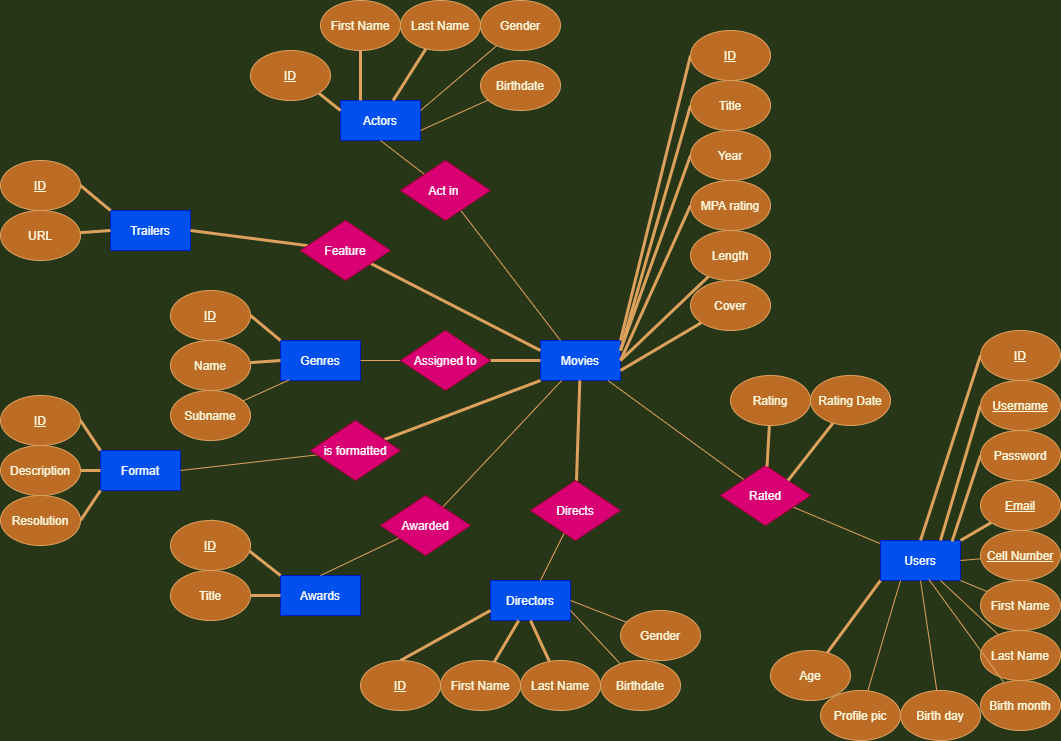
The draw.io diagram movie-viewer/outline.png in AmandaShuman/SQLpython, before a commit. Source tidied: cells renumbered, new cells last; positions are measured from the earlier drawing's top-left corner, leaving out a move shared by most shapes.
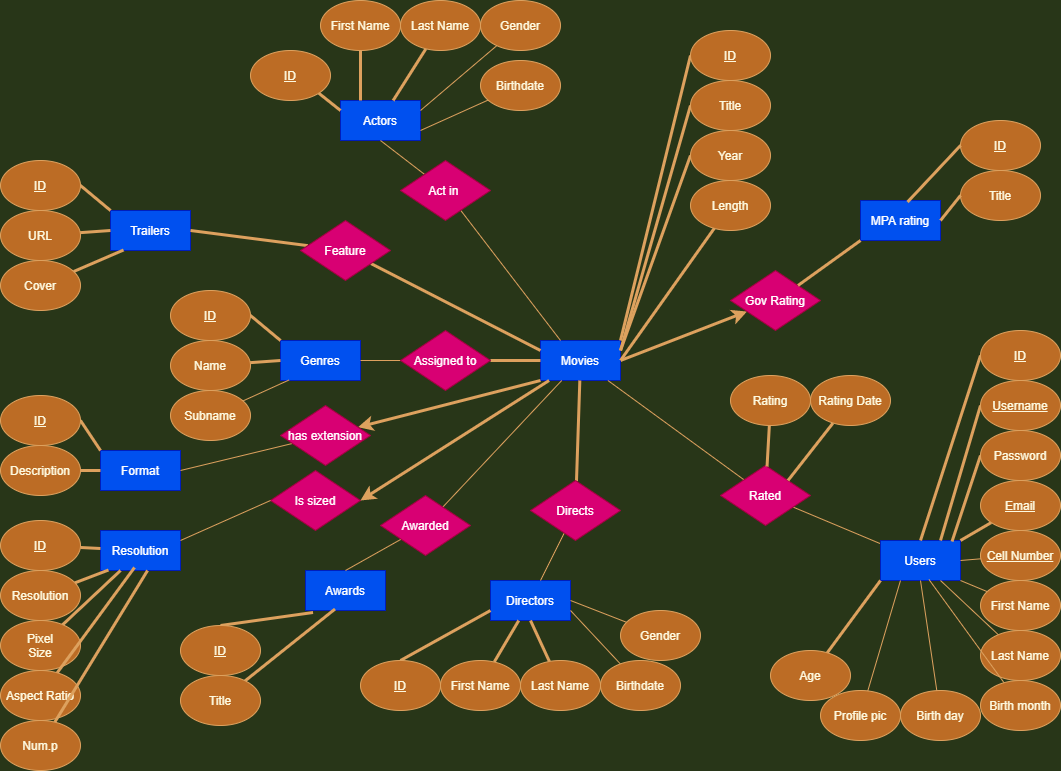
The same diagram one commit later.

Commit message:
adding tables actors and movie-actors

Change to the diagram source:
```diff
@@ -17,11 +17,16 @@
     <mxCell id="6" value="Directors" style="rounded=0;whiteSpace=wrap;html=1;fillColor=#0050ef;strokeColor=#001DBC;fontColor=#ffffff;" parent="1" vertex="1">
       <mxGeometry x="490" y="580" width="80" height="40" as="geometry" />
     </mxCell>
+    <mxCell id="109" style="edgeStyle=none;rounded=0;jettySize=auto;html=1;endArrow=classic;endFill=1;strokeWidth=3;strokeColor=#DDA15E;" parent="1" edge="1" target="114">
+      <mxGeometry relative="1" as="geometry">
+        <mxPoint x="620" y="360" as="sourcePoint" />
+      </mxGeometry>
+    </mxCell>
     <mxCell id="7" value="Movies" style="rounded=0;whiteSpace=wrap;html=1;fillColor=#0050ef;strokeColor=#001DBC;fontColor=#ffffff;" parent="1" vertex="1">
       <mxGeometry x="540" y="340" width="80" height="40" as="geometry" />
     </mxCell>
     <mxCell id="8" value="Awards" style="rounded=0;whiteSpace=wrap;html=1;fillColor=#0050ef;strokeColor=#001DBC;fontColor=#ffffff;" parent="1" vertex="1">
-      <mxGeometry x="280" y="575" width="80" height="40" as="geometry" />
+      <mxGeometry x="305" y="570" width="80" height="40" as="geometry" />
     </mxCell>
     <mxCell id="9" style="edgeStyle=none;rounded=1;sketch=0;jettySize=auto;html=1;fontColor=#FEFAE0;startArrow=none;startFill=0;endArrow=none;endFill=0;strokeColor=#DDA15E;strokeWidth=1;fillColor=#BC6C25;" parent="1" edge="1" source="10" target="63">
       <mxGeometry relative="1" as="geometry" />
@@ -59,11 +64,11 @@
     <mxCell id="20" value="&lt;u&gt;ID&lt;/u&gt;" style="ellipse;whiteSpace=wrap;html=1;fillColor=#BC6C25;strokeColor=#DDA15E;fontColor=#FEFAE0;" parent="1" vertex="1">
       <mxGeometry x="250" y="50" width="80" height="50" as="geometry" />
     </mxCell>
-    <mxCell id="21" style="rounded=0;jettySize=auto;html=1;entryX=0;entryY=0;entryDx=0;entryDy=0;strokeWidth=3;endArrow=none;endFill=0;exitX=0.5;exitY=0;exitDx=0;exitDy=0;labelBackgroundColor=#283618;strokeColor=#DDA15E;fontColor=#FEFAE0;" parent="1" edge="1" source="22" target="8">
+    <mxCell id="21" style="rounded=0;jettySize=auto;html=1;entryX=0.094;entryY=1.05;entryDx=0;entryDy=0;strokeWidth=3;endArrow=none;endFill=0;exitX=0.5;exitY=0;exitDx=0;exitDy=0;labelBackgroundColor=#283618;strokeColor=#DDA15E;fontColor=#FEFAE0;entryPerimeter=0;" parent="1" edge="1" source="22" target="8">
       <mxGeometry relative="1" as="geometry" />
     </mxCell>
     <mxCell id="22" value="&lt;u&gt;ID&lt;/u&gt;" style="ellipse;whiteSpace=wrap;html=1;fillColor=#BC6C25;strokeColor=#DDA15E;fontColor=#FEFAE0;" parent="1" vertex="1">
-      <mxGeometry x="170" y="520" width="80" height="50" as="geometry" />
+      <mxGeometry x="180" y="625" width="80" height="50" as="geometry" />
     </mxCell>
     <mxCell id="23" style="edgeStyle=none;rounded=0;jettySize=auto;html=1;entryX=0;entryY=0.75;entryDx=0;entryDy=0;endArrow=none;endFill=0;strokeWidth=3;exitX=0.5;exitY=0;exitDx=0;exitDy=0;labelBackgroundColor=#283618;strokeColor=#DDA15E;fontColor=#FEFAE0;" parent="1" edge="1" source="24" target="6">
       <mxGeometry relative="1" as="geometry" />
@@ -98,20 +103,14 @@
     <mxCell id="33" value="Description" style="ellipse;whiteSpace=wrap;html=1;fillColor=#BC6C25;strokeColor=#DDA15E;fontColor=#FEFAE0;" parent="1" vertex="1">
       <mxGeometry y="445" width="80" height="50" as="geometry" />
     </mxCell>
-    <mxCell id="34" style="edgeStyle=none;rounded=1;sketch=0;jettySize=auto;html=1;entryX=0;entryY=1;entryDx=0;entryDy=0;fontColor=#FEFAE0;endArrow=none;endFill=0;strokeColor=#DDA15E;strokeWidth=3;fillColor=#BC6C25;exitX=1;exitY=0.5;exitDx=0;exitDy=0;" parent="1" edge="1" source="35" target="3">
-      <mxGeometry relative="1" as="geometry" />
-    </mxCell>
-    <mxCell id="35" value="Resolution" style="ellipse;whiteSpace=wrap;html=1;fillColor=#BC6C25;strokeColor=#DDA15E;fontColor=#FEFAE0;" parent="1" vertex="1">
-      <mxGeometry y="495" width="80" height="50" as="geometry" />
-    </mxCell>
     <mxCell id="36" style="edgeStyle=none;rounded=1;sketch=0;jettySize=auto;html=1;entryX=1;entryY=0.5;entryDx=0;entryDy=0;fontColor=#FEFAE0;endArrow=none;endFill=0;strokeColor=#DDA15E;strokeWidth=1;fillColor=#BC6C25;" parent="1" edge="1" source="38" target="3">
       <mxGeometry relative="1" as="geometry" />
     </mxCell>
-    <mxCell id="37" style="edgeStyle=none;rounded=1;sketch=0;jettySize=auto;html=1;entryX=0;entryY=1;entryDx=0;entryDy=0;fontColor=#FEFAE0;endArrow=none;endFill=0;strokeColor=#DDA15E;strokeWidth=3;fillColor=#BC6C25;startArrow=none;startFill=0;" parent="1" edge="1" source="38" target="7">
+    <mxCell id="37" style="edgeStyle=none;rounded=1;sketch=0;jettySize=auto;html=1;entryX=0;entryY=1;entryDx=0;entryDy=0;fontColor=#FEFAE0;endArrow=none;endFill=0;strokeColor=#DDA15E;strokeWidth=3;fillColor=#BC6C25;startArrow=classic;startFill=1;" parent="1" edge="1" source="38" target="7">
       <mxGeometry relative="1" as="geometry" />
     </mxCell>
-    <mxCell id="38" value="is formatted" style="rhombus;whiteSpace=wrap;html=1;fillColor=#d80073;strokeColor=#A50040;fontColor=#ffffff;" parent="1" vertex="1">
-      <mxGeometry x="310" y="420" width="90" height="60" as="geometry" />
+    <mxCell id="38" value="has extension" style="rhombus;whiteSpace=wrap;html=1;fillColor=#d80073;strokeColor=#A50040;fontColor=#ffffff;" parent="1" vertex="1">
+      <mxGeometry x="280" y="405" width="90" height="60" as="geometry" />
     </mxCell>
     <mxCell id="39" style="edgeStyle=none;rounded=1;sketch=0;jettySize=auto;html=1;entryX=0.106;entryY=0.988;entryDx=0;entryDy=0;entryPerimeter=0;fontColor=#FEFAE0;startArrow=none;startFill=0;endArrow=none;endFill=0;strokeColor=#DDA15E;strokeWidth=1;fillColor=#BC6C25;" parent="1" edge="1" source="40" target="4">
       <mxGeometry relative="1" as="geometry" />
@@ -167,11 +166,11 @@
     <mxCell id="56" value="Act in&amp;nbsp;" style="rhombus;whiteSpace=wrap;html=1;fillColor=#d80073;strokeColor=#A50040;fontColor=#ffffff;" parent="1" vertex="1">
       <mxGeometry x="400" y="160" width="90" height="60" as="geometry" />
     </mxCell>
-    <mxCell id="57" style="edgeStyle=none;rounded=1;sketch=0;jettySize=auto;html=1;entryX=0;entryY=0.5;entryDx=0;entryDy=0;fontColor=#FEFAE0;startArrow=none;startFill=0;endArrow=none;endFill=0;strokeColor=#DDA15E;strokeWidth=3;fillColor=#BC6C25;" parent="1" edge="1" source="58" target="8">
+    <mxCell id="57" style="edgeStyle=none;rounded=1;sketch=0;jettySize=auto;html=1;entryX=0.369;entryY=0.963;entryDx=0;entryDy=0;fontColor=#FEFAE0;startArrow=none;startFill=0;endArrow=none;endFill=0;strokeColor=#DDA15E;strokeWidth=3;fillColor=#BC6C25;entryPerimeter=0;" parent="1" edge="1" source="58" target="8">
       <mxGeometry relative="1" as="geometry" />
     </mxCell>
     <mxCell id="58" value="Title" style="ellipse;whiteSpace=wrap;html=1;fillColor=#BC6C25;strokeColor=#DDA15E;fontColor=#FEFAE0;" parent="1" vertex="1">
-      <mxGeometry x="170" y="570" width="80" height="50" as="geometry" />
+      <mxGeometry x="180" y="675" width="80" height="50" as="geometry" />
     </mxCell>
     <mxCell id="59" style="edgeStyle=none;rounded=1;sketch=0;jettySize=auto;html=1;fontColor=#FEFAE0;startArrow=none;startFill=0;endArrow=none;endFill=0;strokeColor=#DDA15E;strokeWidth=1;fillColor=#BC6C25;" parent="1" edge="1" source="61" target="7">
       <mxGeometry relative="1" as="geometry" />
@@ -233,17 +232,11 @@
     <mxCell id="78" value="Year" style="ellipse;whiteSpace=wrap;html=1;fillColor=#BC6C25;strokeColor=#DDA15E;fontColor=#FEFAE0;" parent="1" vertex="1">
       <mxGeometry x="690" y="130" width="80" height="50" as="geometry" />
     </mxCell>
-    <mxCell id="79" style="edgeStyle=none;rounded=1;sketch=0;jettySize=auto;html=1;entryX=1;entryY=0.5;entryDx=0;entryDy=0;fontColor=#FEFAE0;startArrow=none;startFill=0;endArrow=none;endFill=0;strokeColor=#DDA15E;strokeWidth=3;fillColor=#BC6C25;exitX=0;exitY=0.5;exitDx=0;exitDy=0;" parent="1" edge="1" source="80" target="7">
-      <mxGeometry relative="1" as="geometry" />
-    </mxCell>
-    <mxCell id="80" value="MPA rating" style="ellipse;whiteSpace=wrap;html=1;fillColor=#BC6C25;strokeColor=#DDA15E;fontColor=#FEFAE0;" parent="1" vertex="1">
-      <mxGeometry x="690" y="180" width="80" height="50" as="geometry" />
-    </mxCell>
     <mxCell id="81" style="edgeStyle=none;rounded=1;sketch=0;jettySize=auto;html=1;entryX=1;entryY=0.5;entryDx=0;entryDy=0;fontColor=#FEFAE0;startArrow=none;startFill=0;endArrow=none;endFill=0;strokeColor=#DDA15E;strokeWidth=3;fillColor=#BC6C25;" parent="1" edge="1" source="82" target="7">
       <mxGeometry relative="1" as="geometry" />
     </mxCell>
     <mxCell id="82" value="Length" style="ellipse;whiteSpace=wrap;html=1;fillColor=#BC6C25;strokeColor=#DDA15E;fontColor=#FEFAE0;" parent="1" vertex="1">
-      <mxGeometry x="690" y="230" width="80" height="50" as="geometry" />
+      <mxGeometry x="690" y="180" width="80" height="50" as="geometry" />
     </mxCell>
     <mxCell id="83" style="edgeStyle=none;rounded=1;sketch=0;jettySize=auto;html=1;fontColor=#FEFAE0;startArrow=none;startFill=0;endArrow=none;endFill=0;strokeColor=#DDA15E;strokeWidth=3;fillColor=#BC6C25;" parent="1" edge="1" source="84" target="63">
       <mxGeometry relative="1" as="geometry" />
@@ -317,11 +310,76 @@
     <mxCell id="106" value="Age" style="ellipse;whiteSpace=wrap;html=1;fillColor=#BC6C25;strokeColor=#DDA15E;fontColor=#FEFAE0;" parent="1" vertex="1">
       <mxGeometry x="770" y="650" width="80" height="50" as="geometry" />
     </mxCell>
-    <mxCell id="107" style="edgeStyle=none;rounded=1;sketch=0;jettySize=auto;html=1;entryX=1;entryY=0.75;entryDx=0;entryDy=0;fontColor=#FEFAE0;startArrow=none;startFill=0;endArrow=none;endFill=0;strokeColor=#DDA15E;strokeWidth=3;fillColor=#BC6C25;" parent="1" edge="1" source="108" target="7">
+    <mxCell id="107" style="edgeStyle=none;rounded=1;sketch=0;jettySize=auto;html=1;entryX=0.163;entryY=0.988;entryDx=0;entryDy=0;fontColor=#FEFAE0;startArrow=none;startFill=0;endArrow=none;endFill=0;strokeColor=#DDA15E;strokeWidth=3;fillColor=#BC6C25;entryPerimeter=0;" parent="1" edge="1" source="108" target="2">
       <mxGeometry relative="1" as="geometry" />
     </mxCell>
     <mxCell id="108" value="Cover" style="ellipse;whiteSpace=wrap;html=1;fillColor=#BC6C25;strokeColor=#DDA15E;fontColor=#FEFAE0;" parent="1" vertex="1">
-      <mxGeometry x="690" y="280" width="80" height="50" as="geometry" />
+      <mxGeometry y="260" width="80" height="50" as="geometry" />
     </mxCell>
+    <mxCell id="80" value="MPA rating" style="rounded=0;whiteSpace=wrap;html=1;fillColor=#0050ef;strokeColor=#001DBC;fontColor=#ffffff;" parent="1" vertex="1">
+      <mxGeometry x="860" y="200" width="80" height="40" as="geometry" />
+    </mxCell>
+    <mxCell id="110" value="&lt;u&gt;ID&lt;/u&gt;" style="ellipse;whiteSpace=wrap;html=1;fillColor=#BC6C25;strokeColor=#DDA15E;fontColor=#FEFAE0;" parent="1" vertex="1">
+      <mxGeometry x="960" y="120" width="80" height="50" as="geometry" />
+    </mxCell>
+    <mxCell id="111" value="Title" style="ellipse;whiteSpace=wrap;html=1;fillColor=#BC6C25;strokeColor=#DDA15E;fontColor=#FEFAE0;" parent="1" vertex="1">
+      <mxGeometry x="960" y="170" width="80" height="50" as="geometry" />
+    </mxCell>
+    <mxCell id="112" style="edgeStyle=none;rounded=1;sketch=0;jettySize=auto;html=1;entryX=0.588;entryY=0.038;entryDx=0;entryDy=0;fontColor=#FEFAE0;startArrow=none;startFill=0;endArrow=none;endFill=0;strokeColor=#DDA15E;strokeWidth=3;fillColor=#BC6C25;exitX=0;exitY=0.5;exitDx=0;exitDy=0;entryPerimeter=0;" parent="1" edge="1" source="110" target="80">
+      <mxGeometry relative="1" as="geometry" />
+    </mxCell>
+    <mxCell id="113" style="edgeStyle=none;rounded=1;sketch=0;jettySize=auto;html=1;fontColor=#FEFAE0;startArrow=none;startFill=0;endArrow=none;endFill=0;strokeColor=#DDA15E;strokeWidth=3;fillColor=#BC6C25;exitX=0;exitY=0.5;exitDx=0;exitDy=0;entryX=1;entryY=0.5;entryDx=0;entryDy=0;" parent="1" edge="1" source="111" target="80">
+      <mxGeometry relative="1" as="geometry" />
+    </mxCell>
+    <mxCell id="114" value="Gov Rating" style="rhombus;whiteSpace=wrap;html=1;fillColor=#d80073;strokeColor=#A50040;fontColor=#ffffff;" parent="1" vertex="1">
+      <mxGeometry x="730" y="270" width="90" height="60" as="geometry" />
+    </mxCell>
+    <mxCell id="115" style="edgeStyle=none;rounded=1;sketch=0;jettySize=auto;html=1;entryX=0;entryY=1;entryDx=0;entryDy=0;fontColor=#FEFAE0;startArrow=none;startFill=0;endArrow=none;endFill=0;strokeColor=#DDA15E;strokeWidth=3;fillColor=#BC6C25;exitX=1;exitY=0;exitDx=0;exitDy=0;" parent="1" edge="1" source="114" target="80">
+      <mxGeometry relative="1" as="geometry" />
+    </mxCell>
+    <mxCell id="116" value="Resolution" style="rounded=0;whiteSpace=wrap;html=1;fillColor=#0050ef;strokeColor=#001DBC;fontColor=#ffffff;" parent="1" vertex="1">
+      <mxGeometry x="100" y="530" width="80" height="40" as="geometry" />
+    </mxCell>
+    <mxCell id="117" style="edgeStyle=none;rounded=0;jettySize=auto;html=1;endArrow=none;endFill=0;strokeColor=#DDA15E;strokeWidth=3;" parent="1" edge="1" source="118" target="116">
+      <mxGeometry relative="1" as="geometry" />
+    </mxCell>
+    <mxCell id="118" value="&lt;u&gt;ID&lt;/u&gt;" style="ellipse;whiteSpace=wrap;html=1;fillColor=#BC6C25;strokeColor=#DDA15E;fontColor=#FEFAE0;" parent="1" vertex="1">
+      <mxGeometry y="520" width="80" height="50" as="geometry" />
+    </mxCell>
+    <mxCell id="119" style="edgeStyle=none;rounded=0;jettySize=auto;html=1;entryX=0.1;entryY=0.988;entryDx=0;entryDy=0;entryPerimeter=0;endArrow=none;endFill=0;strokeColor=#DDA15E;strokeWidth=3;" parent="1" edge="1" source="35" target="116">
+      <mxGeometry relative="1" as="geometry" />
+    </mxCell>
+    <mxCell id="35" value="Resolution" style="ellipse;whiteSpace=wrap;html=1;fillColor=#BC6C25;strokeColor=#DDA15E;fontColor=#FEFAE0;" parent="1" vertex="1">
+      <mxGeometry y="570" width="80" height="50" as="geometry" />
+    </mxCell>
+    <mxCell id="120" style="edgeStyle=none;rounded=0;jettySize=auto;html=1;entryX=0.25;entryY=1;entryDx=0;entryDy=0;endArrow=none;endFill=0;strokeColor=#DDA15E;strokeWidth=3;" parent="1" edge="1" source="121" target="116">
+      <mxGeometry relative="1" as="geometry" />
+    </mxCell>
+    <mxCell id="121" value="Pixel&lt;span style=&quot;color: rgba(0 , 0 , 0 , 0) ; font-family: monospace ; font-size: 0px&quot;&gt;%3CmxGraphModel%3E%3Croot%3E%3CmxCell%20id%3D%220%22%2F%3E%3CmxCell%20id%3D%221%22%20parent%3D%220%22%2F%3E%3CmxCell%20id%3D%222%22%20value%3D%22Resolution%22%20style%3D%22ellipse%3BwhiteSpace%3Dwrap%3Bhtml%3D1%3BfillColor%3D%23BC6C25%3BstrokeColor%3D%23DDA15E%3BfontColor%3D%23FEFAE0%3B%22%20vertex%3D%221%22%20parent%3D%221%22%3E%3CmxGeometry%20x%3D%2210%22%20y%3D%22580%22%20width%3D%2280%22%20height%3D%2250%22%20as%3D%22geometry%22%2F%3E%3C%2FmxCell%3E%3C%2Froot%3E%3C%2FmxGraphModel%3E&lt;/span&gt;&lt;br&gt;Size&lt;span style=&quot;color: rgba(0 , 0 , 0 , 0) ; font-family: monospace ; font-size: 0px&quot;&gt;%3CmxGraphModel%3E%3Croot%3E%3CmxCell%20id%3D%220%22%2F%3E%3CmxCell%20id%3D%221%22%20parent%3D%220%22%2F%3E%3CmxCell%20id%3D%222%22%20value%3D%22Resolution%22%20style%3D%22ellipse%3BwhiteSpace%3Dwrap%3Bhtml%3D1%3BfillColor%3D%23BC6C25%3BstrokeColor%3D%23DDA15E%3BfontColor%3D%23FEFAE0%3B%22%20vertex%3D%221%22%20parent%3D%221%22%3E%3CmxGeometry%20x%3D%2210%22%20y%3D%22580%22%20width%3D%2280%22%20height%3D%2250%22%20as%3D%22geometry%22%2F%3E%3C%2FmxCell%3E%3C%2Froot%3E%3C%2FmxGraphModel%3E&lt;/span&gt;" style="ellipse;whiteSpace=wrap;html=1;fillColor=#BC6C25;strokeColor=#DDA15E;fontColor=#FEFAE0;" parent="1" vertex="1">
+      <mxGeometry y="620" width="80" height="50" as="geometry" />
+    </mxCell>
+    <mxCell id="122" style="edgeStyle=none;rounded=0;jettySize=auto;html=1;endArrow=none;endFill=0;strokeColor=#DDA15E;strokeWidth=3;" parent="1" edge="1" source="123">
+      <mxGeometry relative="1" as="geometry">
+        <mxPoint x="134" y="567" as="targetPoint" />
+      </mxGeometry>
+    </mxCell>
+    <mxCell id="123" value="Aspect Ratio" style="ellipse;whiteSpace=wrap;html=1;fillColor=#BC6C25;strokeColor=#DDA15E;fontColor=#FEFAE0;" parent="1" vertex="1">
+      <mxGeometry y="670" width="80" height="50" as="geometry" />
+    </mxCell>
+    <mxCell id="124" style="edgeStyle=none;rounded=0;jettySize=auto;html=1;entryX=0.588;entryY=1;entryDx=0;entryDy=0;entryPerimeter=0;endArrow=none;endFill=0;strokeColor=#DDA15E;strokeWidth=3;" parent="1" edge="1" source="125" target="116">
+      <mxGeometry relative="1" as="geometry" />
+    </mxCell>
+    <mxCell id="125" value="Num.p" style="ellipse;whiteSpace=wrap;html=1;fillColor=#BC6C25;strokeColor=#DDA15E;fontColor=#FEFAE0;" parent="1" vertex="1">
+      <mxGeometry y="720" width="80" height="50" as="geometry" />
+    </mxCell>
+    <mxCell id="126" value="Is sized" style="rhombus;whiteSpace=wrap;html=1;fillColor=#d80073;strokeColor=#A50040;fontColor=#ffffff;" parent="1" vertex="1">
+      <mxGeometry x="270" y="470" width="90" height="60" as="geometry" />
+    </mxCell>
+    <mxCell id="127" style="edgeStyle=none;rounded=1;sketch=0;jettySize=auto;html=1;fontColor=#FEFAE0;endArrow=none;endFill=0;strokeColor=#DDA15E;strokeWidth=3;fillColor=#BC6C25;startArrow=classic;startFill=1;exitX=1;exitY=0.5;exitDx=0;exitDy=0;" parent="1" edge="1" source="126" target="7">
+      <mxGeometry relative="1" as="geometry" />
+    </mxCell>
+    <mxCell id="128" style="edgeStyle=none;rounded=1;sketch=0;jettySize=auto;html=1;entryX=1;entryY=0.25;entryDx=0;entryDy=0;fontColor=#FEFAE0;endArrow=none;endFill=0;strokeColor=#DDA15E;strokeWidth=1;fillColor=#BC6C25;exitX=0;exitY=0.5;exitDx=0;exitDy=0;" parent="1" edge="1" source="126" target="116">
+      <mxGeometry relative="1" as="geometry" />
+    </mxCell>
   </root>
 </mxGraphModel>
```
